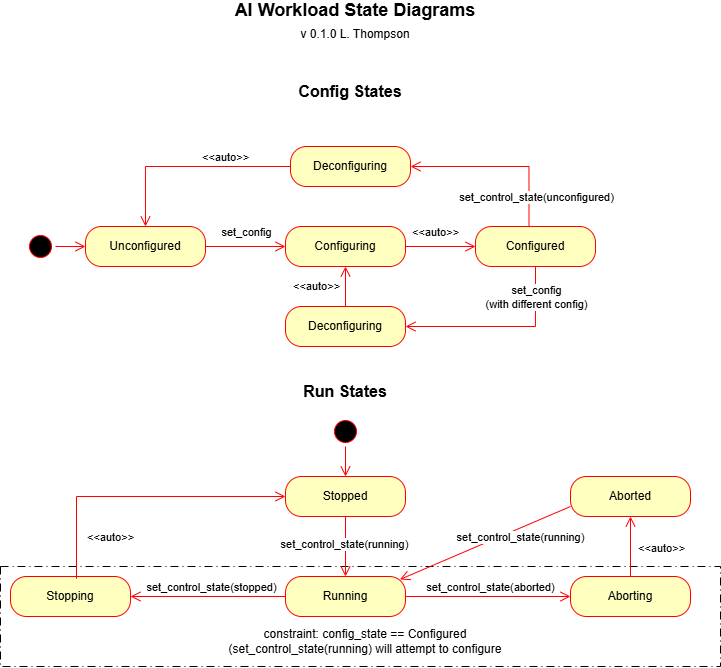
Earlier version of the draw.io export images/AI_Workload_State_Diagrams.drawio.png (open-traffic-generator/aidcb-models). Source tidied: cells renumbered, new cells last; positions are measured from the earlier drawing's top-left corner, leaving out a move shared by most shapes. Its diagram source:
```xml
<mxGraphModel>
  <root>
    <mxCell id="0" />
    <mxCell id="1" parent="0" />
    <mxCell id="2" style="rounded=0;whiteSpace=wrap;html=1;dashed=1;dashPattern=8 4 1 4;labelPosition=center;verticalLabelPosition=bottom;align=center;verticalAlign=top;" parent="1" vertex="1">
      <mxGeometry y="560" width="720" height="100" as="geometry" />
    </mxCell>
    <mxCell id="3" style="ellipse;html=1;shape=startState;fillColor=#000000;strokeColor=#ff0000;" parent="1" vertex="1">
      <mxGeometry x="25" y="225" width="30" height="30" as="geometry" />
    </mxCell>
    <mxCell id="4" style="edgeStyle=orthogonalEdgeStyle;html=1;verticalAlign=bottom;endArrow=open;endSize=8;strokeColor=#ff0000;rounded=0;entryX=0;entryY=0.5;entryDx=0;entryDy=0;" parent="1" edge="1" source="3" target="5">
      <mxGeometry relative="1" as="geometry" />
    </mxCell>
    <mxCell id="5" value="Unconfigured" style="rounded=1;whiteSpace=wrap;html=1;arcSize=40;fontColor=#000000;fillColor=#ffffc0;strokeColor=#ff0000;" parent="1" vertex="1">
      <mxGeometry x="85" y="220" width="120" height="40" as="geometry" />
    </mxCell>
    <mxCell id="6" style="edgeStyle=orthogonalEdgeStyle;html=1;verticalAlign=bottom;endArrow=open;endSize=8;strokeColor=#ff0000;rounded=0;exitX=1;exitY=0.5;exitDx=0;exitDy=0;entryX=0;entryY=0.5;entryDx=0;entryDy=0;" parent="1" edge="1" source="5" target="8">
      <mxGeometry relative="1" as="geometry" />
    </mxCell>
    <mxCell id="7" value="set_config" style="edgeLabel;html=1;align=center;verticalAlign=middle;" parent="6" vertex="1">
      <mxGeometry x="-0.12" y="2" relative="1" as="geometry">
        <mxPoint x="5" y="-13" as="offset" />
      </mxGeometry>
    </mxCell>
    <mxCell id="8" value="Configuring" style="rounded=1;whiteSpace=wrap;html=1;arcSize=40;fontColor=#000000;fillColor=#ffffc0;strokeColor=#ff0000;" parent="1" vertex="1">
      <mxGeometry x="285" y="220" width="120" height="40" as="geometry" />
    </mxCell>
    <mxCell id="9" value="Configured" style="rounded=1;whiteSpace=wrap;html=1;arcSize=40;fontColor=#000000;fillColor=#ffffc0;strokeColor=#ff0000;" parent="1" vertex="1">
      <mxGeometry x="475" y="220" width="120" height="40" as="geometry" />
    </mxCell>
    <mxCell id="10" style="edgeStyle=orthogonalEdgeStyle;html=1;verticalAlign=bottom;endArrow=open;endSize=8;strokeColor=#ff0000;rounded=0;entryX=0;entryY=0.5;entryDx=0;entryDy=0;exitX=1;exitY=0.5;exitDx=0;exitDy=0;" parent="1" edge="1" source="8" target="9">
      <mxGeometry relative="1" as="geometry" />
    </mxCell>
    <mxCell id="11" value="&amp;lt;&amp;lt;auto&amp;gt;&amp;gt;" style="edgeLabel;html=1;align=center;verticalAlign=middle;" parent="10" vertex="1">
      <mxGeometry x="-0.31" y="3" relative="1" as="geometry">
        <mxPoint x="6" y="-12" as="offset" />
      </mxGeometry>
    </mxCell>
    <mxCell id="12" value="AI Workload State Diagrams&lt;br&gt;&lt;span style=&quot;font-weight: normal;&quot;&gt;&lt;font style=&quot;font-size: 12px;&quot;&gt;v 0.1.0 L. Thompson&lt;/font&gt;&lt;/span&gt;" style="text;html=1;whiteSpace=wrap;strokeColor=none;fillColor=none;align=center;verticalAlign=middle;rounded=0;fontStyle=1;fontSize=18;" parent="1" vertex="1">
      <mxGeometry x="190" width="330" height="30" as="geometry" />
    </mxCell>
    <mxCell id="13" value="Config States" style="text;html=1;whiteSpace=wrap;strokeColor=none;fillColor=none;align=center;verticalAlign=middle;rounded=0;fontStyle=1;fontSize=16;" parent="1" vertex="1">
      <mxGeometry x="285" y="70" width="130" height="30" as="geometry" />
    </mxCell>
    <mxCell id="14" value="Run States" style="text;html=1;whiteSpace=wrap;strokeColor=none;fillColor=none;align=center;verticalAlign=middle;rounded=0;fontStyle=1;fontSize=16;" parent="1" vertex="1">
      <mxGeometry x="280" y="370" width="130" height="30" as="geometry" />
    </mxCell>
    <mxCell id="15" style="ellipse;html=1;shape=startState;fillColor=#000000;strokeColor=#ff0000;" parent="1" vertex="1">
      <mxGeometry x="330" y="410" width="30" height="30" as="geometry" />
    </mxCell>
    <mxCell id="16" style="edgeStyle=orthogonalEdgeStyle;html=1;verticalAlign=bottom;endArrow=open;endSize=8;strokeColor=#ff0000;rounded=0;entryX=0.5;entryY=0;entryDx=0;entryDy=0;exitX=0.5;exitY=1;exitDx=0;exitDy=0;" parent="1" edge="1" source="15" target="17">
      <mxGeometry relative="1" as="geometry" />
    </mxCell>
    <mxCell id="17" value="Stopped" style="rounded=1;whiteSpace=wrap;html=1;arcSize=40;fontColor=#000000;fillColor=#ffffc0;strokeColor=#ff0000;" parent="1" vertex="1">
      <mxGeometry x="285" y="470" width="120" height="40" as="geometry" />
    </mxCell>
    <mxCell id="18" style="edgeStyle=orthogonalEdgeStyle;html=1;verticalAlign=bottom;endArrow=open;endSize=8;strokeColor=#ff0000;rounded=0;exitX=0.5;exitY=1;exitDx=0;exitDy=0;entryX=0.5;entryY=0;entryDx=0;entryDy=0;" parent="1" edge="1" source="17" target="19">
      <mxGeometry relative="1" as="geometry" />
    </mxCell>
    <mxCell id="19" value="Running" style="rounded=1;whiteSpace=wrap;html=1;arcSize=40;fontColor=#000000;fillColor=#ffffc0;strokeColor=#ff0000;" parent="1" vertex="1">
      <mxGeometry x="285" y="570" width="120" height="40" as="geometry" />
    </mxCell>
    <mxCell id="20" value="Aborting" style="rounded=1;whiteSpace=wrap;html=1;arcSize=40;fontColor=#000000;fillColor=#ffffc0;strokeColor=#ff0000;" parent="1" vertex="1">
      <mxGeometry x="570" y="570" width="120" height="40" as="geometry" />
    </mxCell>
    <mxCell id="21" style="edgeStyle=orthogonalEdgeStyle;html=1;verticalAlign=bottom;endArrow=open;endSize=8;strokeColor=#ff0000;rounded=0;entryX=0;entryY=0.5;entryDx=0;entryDy=0;exitX=1;exitY=0.5;exitDx=0;exitDy=0;" parent="1" edge="1" source="19" target="20">
      <mxGeometry relative="1" as="geometry" />
    </mxCell>
    <mxCell id="22" value="set_control_state(aborted)" style="edgeLabel;html=1;align=center;verticalAlign=middle;" parent="21" vertex="1">
      <mxGeometry x="-0.31" y="3" relative="1" as="geometry">
        <mxPoint x="28" y="-7" as="offset" />
      </mxGeometry>
    </mxCell>
    <mxCell id="23" value="set_control_state(running)" style="edgeLabel;html=1;align=center;verticalAlign=middle;" parent="1" vertex="1">
      <mxGeometry x="370" y="610" as="geometry">
        <mxPoint x="-27" y="-73" as="offset" />
      </mxGeometry>
    </mxCell>
    <mxCell id="24" style="edgeStyle=orthogonalEdgeStyle;html=1;verticalAlign=bottom;endArrow=open;endSize=8;strokeColor=#ff0000;rounded=0;exitX=0.5;exitY=0;exitDx=0;exitDy=0;entryX=0.5;entryY=1;entryDx=0;entryDy=0;" parent="1" edge="1" source="20" target="31">
      <mxGeometry relative="1" as="geometry" />
    </mxCell>
    <mxCell id="25" value="&amp;lt;&amp;lt;auto&amp;gt;&amp;gt;" style="edgeLabel;html=1;align=center;verticalAlign=middle;" parent="24" vertex="1">
      <mxGeometry x="-0.31" y="3" relative="1" as="geometry">
        <mxPoint x="33" y="-9" as="offset" />
      </mxGeometry>
    </mxCell>
    <mxCell id="26" value="Stopping" style="rounded=1;whiteSpace=wrap;html=1;arcSize=40;fontColor=#000000;fillColor=#ffffc0;strokeColor=#ff0000;" parent="1" vertex="1">
      <mxGeometry x="10" y="570" width="120" height="40" as="geometry" />
    </mxCell>
    <mxCell id="27" style="edgeStyle=orthogonalEdgeStyle;html=1;verticalAlign=bottom;endArrow=open;endSize=8;strokeColor=#ff0000;rounded=0;entryX=1;entryY=0.5;entryDx=0;entryDy=0;exitX=0;exitY=0.5;exitDx=0;exitDy=0;" parent="1" edge="1" source="19" target="26">
      <mxGeometry relative="1" as="geometry" />
    </mxCell>
    <mxCell id="28" value="set_control_state(stopped)" style="edgeLabel;html=1;align=center;verticalAlign=middle;" parent="27" vertex="1">
      <mxGeometry x="-0.31" y="3" relative="1" as="geometry">
        <mxPoint x="-22" y="-13" as="offset" />
      </mxGeometry>
    </mxCell>
    <mxCell id="29" style="edgeStyle=orthogonalEdgeStyle;html=1;verticalAlign=bottom;endArrow=open;endSize=8;strokeColor=#ff0000;rounded=0;entryX=0;entryY=0.5;entryDx=0;entryDy=0;exitX=0.55;exitY=0.054;exitDx=0;exitDy=0;exitPerimeter=0;" parent="1" edge="1" source="26" target="17">
      <mxGeometry relative="1" as="geometry">
        <Array as="points">
          <mxPoint x="76" y="490" />
        </Array>
      </mxGeometry>
    </mxCell>
    <mxCell id="30" value="&amp;lt;&amp;lt;auto&amp;gt;&amp;gt;" style="edgeLabel;html=1;align=center;verticalAlign=middle;" parent="29" vertex="1">
      <mxGeometry x="-0.31" y="3" relative="1" as="geometry">
        <mxPoint x="16" y="43" as="offset" />
      </mxGeometry>
    </mxCell>
    <mxCell id="31" value="Aborted" style="rounded=1;whiteSpace=wrap;html=1;arcSize=40;fontColor=#000000;fillColor=#ffffc0;strokeColor=#ff0000;" parent="1" vertex="1">
      <mxGeometry x="570" y="470" width="120" height="40" as="geometry" />
    </mxCell>
    <mxCell id="32" value="&lt;span style=&quot;color: rgb(0, 0, 0); font-family: Helvetica; font-size: 11px; font-style: normal; font-variant-ligatures: normal; font-variant-caps: normal; font-weight: 400; letter-spacing: normal; orphans: 2; text-align: center; text-indent: 0px; text-transform: none; widows: 2; word-spacing: 0px; -webkit-text-stroke-width: 0px; white-space: nowrap; background-color: rgb(255, 255, 255); text-decoration-thickness: initial; text-decoration-style: initial; text-decoration-color: initial; display: inline !important; float: none;&quot;&gt;set_control_state(running)&lt;/span&gt;" style="html=1;verticalAlign=bottom;endArrow=open;endSize=8;strokeColor=#ff0000;rounded=0;exitX=0;exitY=0.75;exitDx=0;exitDy=0;entryX=0.953;entryY=0.075;entryDx=0;entryDy=0;entryPerimeter=0;" parent="1" edge="1" source="31" target="19">
      <mxGeometry x="-0.34" y="17" relative="1" as="geometry" />
    </mxCell>
    <mxCell id="33" value="constraint: config_state == Configured&lt;div&gt;(set_control_state(running) will attempt to configure&lt;/div&gt;" style="text;html=1;whiteSpace=wrap;strokeColor=none;fillColor=none;align=center;verticalAlign=middle;rounded=0;" parent="1" vertex="1">
      <mxGeometry x="225" y="620" width="280" height="30" as="geometry" />
    </mxCell>
    <mxCell id="34" value="Deconfiguring" style="rounded=1;whiteSpace=wrap;html=1;arcSize=40;fontColor=#000000;fillColor=#ffffc0;strokeColor=#ff0000;" parent="1" vertex="1">
      <mxGeometry x="285" y="300" width="120" height="40" as="geometry" />
    </mxCell>
    <mxCell id="35" style="edgeStyle=orthogonalEdgeStyle;html=1;verticalAlign=bottom;endArrow=open;endSize=8;strokeColor=#ff0000;rounded=0;entryX=1;entryY=0.5;entryDx=0;entryDy=0;" parent="1" edge="1" target="34">
      <mxGeometry relative="1" as="geometry">
        <mxPoint x="535" y="260" as="sourcePoint" />
        <Array as="points">
          <mxPoint x="535" y="320" />
        </Array>
      </mxGeometry>
    </mxCell>
    <mxCell id="36" value="set_config&lt;br&gt;(with different config)" style="edgeLabel;html=1;align=center;verticalAlign=middle;" parent="35" vertex="1">
      <mxGeometry x="-0.31" y="3" relative="1" as="geometry">
        <mxPoint x="5" y="-33" as="offset" />
      </mxGeometry>
    </mxCell>
    <mxCell id="37" style="edgeStyle=orthogonalEdgeStyle;html=1;verticalAlign=bottom;endArrow=open;endSize=8;strokeColor=#ff0000;rounded=0;entryX=0.5;entryY=1;entryDx=0;entryDy=0;exitX=0.5;exitY=0;exitDx=0;exitDy=0;" parent="1" edge="1" source="34" target="8">
      <mxGeometry relative="1" as="geometry" />
    </mxCell>
    <mxCell id="38" value="&amp;lt;&amp;lt;auto&amp;gt;&amp;gt;" style="edgeLabel;html=1;align=center;verticalAlign=middle;" parent="37" vertex="1">
      <mxGeometry x="-0.31" y="3" relative="1" as="geometry">
        <mxPoint x="-27" y="-6" as="offset" />
      </mxGeometry>
    </mxCell>
    <mxCell id="39" value="Deconfiguring" style="rounded=1;whiteSpace=wrap;html=1;arcSize=40;fontColor=#000000;fillColor=#ffffc0;strokeColor=#ff0000;" parent="1" vertex="1">
      <mxGeometry x="290" y="140" width="120" height="40" as="geometry" />
    </mxCell>
    <mxCell id="40" style="edgeStyle=orthogonalEdgeStyle;html=1;verticalAlign=bottom;endArrow=open;endSize=8;strokeColor=#ff0000;rounded=0;entryX=1;entryY=0.5;entryDx=0;entryDy=0;exitX=0.446;exitY=0.013;exitDx=0;exitDy=0;exitPerimeter=0;" parent="1" edge="1" source="9" target="39">
      <mxGeometry relative="1" as="geometry" />
    </mxCell>
    <mxCell id="41" value="set_control_state(unconfigured)" style="edgeLabel;html=1;align=center;verticalAlign=middle;" parent="40" vertex="1">
      <mxGeometry x="-0.31" y="3" relative="1" as="geometry">
        <mxPoint x="8" y="27" as="offset" />
      </mxGeometry>
    </mxCell>
    <mxCell id="42" value="&amp;lt;&amp;lt;auto&amp;gt;&amp;gt;" style="edgeStyle=orthogonalEdgeStyle;html=1;verticalAlign=bottom;endArrow=open;endSize=8;strokeColor=#ff0000;rounded=0;entryX=0.5;entryY=0;entryDx=0;entryDy=0;exitX=0;exitY=0.5;exitDx=0;exitDy=0;" parent="1" edge="1" source="39" target="5">
      <mxGeometry x="-0.37" relative="1" as="geometry" />
    </mxCell>
  </root>
</mxGraphModel>
```
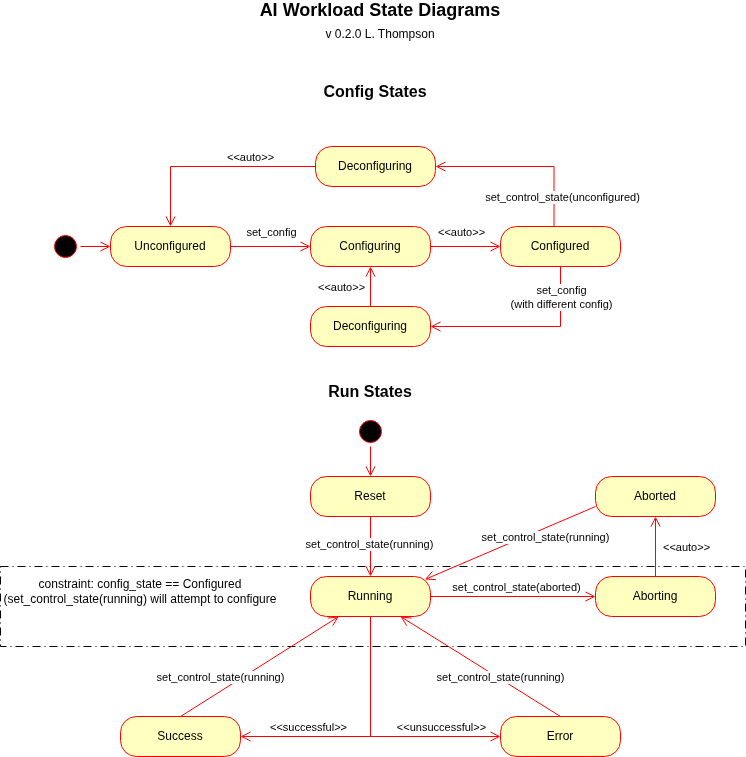
After the commit.

Change to the diagram source:
```diff
@@ -3,7 +3,7 @@
     <mxCell id="0" />
     <mxCell id="1" parent="0" />
     <mxCell id="2" style="rounded=0;whiteSpace=wrap;html=1;dashed=1;dashPattern=8 4 1 4;labelPosition=center;verticalLabelPosition=bottom;align=center;verticalAlign=top;" parent="1" vertex="1">
-      <mxGeometry y="560" width="720" height="100" as="geometry" />
+      <mxGeometry x="-25" y="560" width="745" height="80" as="geometry" />
     </mxCell>
     <mxCell id="3" style="ellipse;html=1;shape=startState;fillColor=#000000;strokeColor=#ff0000;" parent="1" vertex="1">
       <mxGeometry x="25" y="225" width="30" height="30" as="geometry" />
@@ -36,7 +36,7 @@
         <mxPoint x="6" y="-12" as="offset" />
       </mxGeometry>
     </mxCell>
-    <mxCell id="12" value="AI Workload State Diagrams&lt;br&gt;&lt;span style=&quot;font-weight: normal;&quot;&gt;&lt;font style=&quot;font-size: 12px;&quot;&gt;v 0.1.0 L. Thompson&lt;/font&gt;&lt;/span&gt;" style="text;html=1;whiteSpace=wrap;strokeColor=none;fillColor=none;align=center;verticalAlign=middle;rounded=0;fontStyle=1;fontSize=18;" parent="1" vertex="1">
+    <mxCell id="12" value="AI Workload State Diagrams&lt;br&gt;&lt;span style=&quot;font-weight: normal;&quot;&gt;&lt;font style=&quot;font-size: 12px;&quot;&gt;v 0.2.0 L. Thompson&lt;/font&gt;&lt;/span&gt;" style="text;html=1;whiteSpace=wrap;strokeColor=none;fillColor=none;align=center;verticalAlign=middle;rounded=0;fontStyle=1;fontSize=18;" parent="1" vertex="1">
       <mxGeometry x="190" width="330" height="30" as="geometry" />
     </mxCell>
     <mxCell id="13" value="Config States" style="text;html=1;whiteSpace=wrap;strokeColor=none;fillColor=none;align=center;verticalAlign=middle;rounded=0;fontStyle=1;fontSize=16;" parent="1" vertex="1">
@@ -51,7 +51,7 @@
     <mxCell id="16" style="edgeStyle=orthogonalEdgeStyle;html=1;verticalAlign=bottom;endArrow=open;endSize=8;strokeColor=#ff0000;rounded=0;entryX=0.5;entryY=0;entryDx=0;entryDy=0;exitX=0.5;exitY=1;exitDx=0;exitDy=0;" parent="1" edge="1" source="15" target="17">
       <mxGeometry relative="1" as="geometry" />
     </mxCell>
-    <mxCell id="17" value="Stopped" style="rounded=1;whiteSpace=wrap;html=1;arcSize=40;fontColor=#000000;fillColor=#ffffc0;strokeColor=#ff0000;" parent="1" vertex="1">
+    <mxCell id="17" value="Reset" style="rounded=1;whiteSpace=wrap;html=1;arcSize=40;fontColor=#000000;fillColor=#ffffc0;strokeColor=#ff0000;" parent="1" vertex="1">
       <mxGeometry x="285" y="470" width="120" height="40" as="geometry" />
     </mxCell>
     <mxCell id="18" style="edgeStyle=orthogonalEdgeStyle;html=1;verticalAlign=bottom;endArrow=open;endSize=8;strokeColor=#ff0000;rounded=0;exitX=0.5;exitY=1;exitDx=0;exitDy=0;entryX=0.5;entryY=0;entryDx=0;entryDy=0;" parent="1" edge="1" source="17" target="19">
@@ -84,29 +84,6 @@
         <mxPoint x="33" y="-9" as="offset" />
       </mxGeometry>
     </mxCell>
-    <mxCell id="26" value="Stopping" style="rounded=1;whiteSpace=wrap;html=1;arcSize=40;fontColor=#000000;fillColor=#ffffc0;strokeColor=#ff0000;" parent="1" vertex="1">
-      <mxGeometry x="10" y="570" width="120" height="40" as="geometry" />
-    </mxCell>
-    <mxCell id="27" style="edgeStyle=orthogonalEdgeStyle;html=1;verticalAlign=bottom;endArrow=open;endSize=8;strokeColor=#ff0000;rounded=0;entryX=1;entryY=0.5;entryDx=0;entryDy=0;exitX=0;exitY=0.5;exitDx=0;exitDy=0;" parent="1" edge="1" source="19" target="26">
-      <mxGeometry relative="1" as="geometry" />
-    </mxCell>
-    <mxCell id="28" value="set_control_state(stopped)" style="edgeLabel;html=1;align=center;verticalAlign=middle;" parent="27" vertex="1">
-      <mxGeometry x="-0.31" y="3" relative="1" as="geometry">
-        <mxPoint x="-22" y="-13" as="offset" />
-      </mxGeometry>
-    </mxCell>
-    <mxCell id="29" style="edgeStyle=orthogonalEdgeStyle;html=1;verticalAlign=bottom;endArrow=open;endSize=8;strokeColor=#ff0000;rounded=0;entryX=0;entryY=0.5;entryDx=0;entryDy=0;exitX=0.55;exitY=0.054;exitDx=0;exitDy=0;exitPerimeter=0;" parent="1" edge="1" source="26" target="17">
-      <mxGeometry relative="1" as="geometry">
-        <Array as="points">
-          <mxPoint x="76" y="490" />
-        </Array>
-      </mxGeometry>
-    </mxCell>
-    <mxCell id="30" value="&amp;lt;&amp;lt;auto&amp;gt;&amp;gt;" style="edgeLabel;html=1;align=center;verticalAlign=middle;" parent="29" vertex="1">
-      <mxGeometry x="-0.31" y="3" relative="1" as="geometry">
-        <mxPoint x="16" y="43" as="offset" />
-      </mxGeometry>
-    </mxCell>
     <mxCell id="31" value="Aborted" style="rounded=1;whiteSpace=wrap;html=1;arcSize=40;fontColor=#000000;fillColor=#ffffc0;strokeColor=#ff0000;" parent="1" vertex="1">
       <mxGeometry x="570" y="470" width="120" height="40" as="geometry" />
     </mxCell>
@@ -114,7 +91,7 @@
       <mxGeometry x="-0.34" y="17" relative="1" as="geometry" />
     </mxCell>
     <mxCell id="33" value="constraint: config_state == Configured&lt;div&gt;(set_control_state(running) will attempt to configure&lt;/div&gt;" style="text;html=1;whiteSpace=wrap;strokeColor=none;fillColor=none;align=center;verticalAlign=middle;rounded=0;" parent="1" vertex="1">
-      <mxGeometry x="225" y="620" width="280" height="30" as="geometry" />
+      <mxGeometry x="-25" y="570" width="280" height="30" as="geometry" />
     </mxCell>
     <mxCell id="34" value="Deconfiguring" style="rounded=1;whiteSpace=wrap;html=1;arcSize=40;fontColor=#000000;fillColor=#ffffc0;strokeColor=#ff0000;" parent="1" vertex="1">
       <mxGeometry x="285" y="300" width="120" height="40" as="geometry" />
@@ -154,5 +131,35 @@
     <mxCell id="42" value="&amp;lt;&amp;lt;auto&amp;gt;&amp;gt;" style="edgeStyle=orthogonalEdgeStyle;html=1;verticalAlign=bottom;endArrow=open;endSize=8;strokeColor=#ff0000;rounded=0;entryX=0.5;entryY=0;entryDx=0;entryDy=0;exitX=0;exitY=0.5;exitDx=0;exitDy=0;" parent="1" edge="1" source="39" target="5">
       <mxGeometry x="-0.37" relative="1" as="geometry" />
     </mxCell>
+    <mxCell id="43" value="Error" style="rounded=1;whiteSpace=wrap;html=1;arcSize=40;fontColor=#000000;fillColor=#ffffc0;strokeColor=#ff0000;" parent="1" vertex="1">
+      <mxGeometry x="475" y="710" width="120" height="40" as="geometry" />
+    </mxCell>
+    <mxCell id="44" value="Success" style="rounded=1;whiteSpace=wrap;html=1;arcSize=40;fontColor=#000000;fillColor=#ffffc0;strokeColor=#ff0000;" parent="1" vertex="1">
+      <mxGeometry x="95" y="710" width="120" height="40" as="geometry" />
+    </mxCell>
+    <mxCell id="45" style="edgeStyle=orthogonalEdgeStyle;html=1;verticalAlign=bottom;endArrow=open;endSize=8;strokeColor=#ff0000;rounded=0;exitX=0.5;exitY=1;exitDx=0;exitDy=0;entryX=1;entryY=0.5;entryDx=0;entryDy=0;" parent="1" edge="1" source="19" target="44">
+      <mxGeometry relative="1" as="geometry" />
+    </mxCell>
+    <mxCell id="46" value="&amp;lt;&amp;lt;successful&amp;gt;&amp;gt;" style="edgeLabel;html=1;align=center;verticalAlign=middle;" parent="45" vertex="1">
+      <mxGeometry x="0.56" y="1" relative="1" as="geometry">
+        <mxPoint x="12" y="-11" as="offset" />
+      </mxGeometry>
+    </mxCell>
+    <mxCell id="47" style="edgeStyle=orthogonalEdgeStyle;html=1;verticalAlign=bottom;endArrow=open;endSize=8;strokeColor=#ff0000;rounded=0;exitX=0.5;exitY=1;exitDx=0;exitDy=0;entryX=0;entryY=0.5;entryDx=0;entryDy=0;" parent="1" edge="1" source="19" target="43">
+      <mxGeometry relative="1" as="geometry" />
+    </mxCell>
+    <mxCell id="48" value="&amp;lt;&amp;lt;unsuccessful&amp;gt;&amp;gt;" style="edgeLabel;html=1;align=center;verticalAlign=middle;" parent="47" vertex="1">
+      <mxGeometry x="0.34" y="1" relative="1" as="geometry">
+        <mxPoint x="23" y="-9" as="offset" />
+      </mxGeometry>
+    </mxCell>
+    <mxCell id="49" value="&lt;span style=&quot;color: rgb(0, 0, 0); font-family: Helvetica; font-size: 11px; font-style: normal; font-variant-ligatures: normal; font-variant-caps: normal; font-weight: 400; letter-spacing: normal; orphans: 2; text-align: center; text-indent: 0px; text-transform: none; widows: 2; word-spacing: 0px; -webkit-text-stroke-width: 0px; white-space: nowrap; background-color: rgb(255, 255, 255); text-decoration-thickness: initial; text-decoration-style: initial; text-decoration-color: initial; display: inline !important; float: none;&quot;&gt;set_control_state(running)&lt;/span&gt;" style="html=1;verticalAlign=bottom;endArrow=open;endSize=8;strokeColor=#ff0000;rounded=0;exitX=0.5;exitY=0;exitDx=0;exitDy=0;" parent="1" edge="1" source="44" target="19">
+      <mxGeometry x="-0.47" y="4" relative="1" as="geometry" />
+    </mxCell>
+    <mxCell id="50" value="&lt;span style=&quot;color: rgb(0, 0, 0); font-family: Helvetica; font-size: 11px; font-style: normal; font-variant-ligatures: normal; font-variant-caps: normal; font-weight: 400; letter-spacing: normal; orphans: 2; text-align: center; text-indent: 0px; text-transform: none; widows: 2; word-spacing: 0px; -webkit-text-stroke-width: 0px; white-space: nowrap; background-color: rgb(255, 255, 255); text-decoration-thickness: initial; text-decoration-style: initial; text-decoration-color: initial; display: inline !important; float: none;&quot;&gt;set_control_state(running)&lt;/span&gt;" style="html=1;verticalAlign=bottom;endArrow=open;endSize=8;strokeColor=#ff0000;rounded=0;exitX=0.5;exitY=0;exitDx=0;exitDy=0;" parent="1" edge="1" source="43">
+      <mxGeometry x="-0.29" y="6" relative="1" as="geometry">
+        <mxPoint x="375" y="610" as="targetPoint" />
+      </mxGeometry>
+    </mxCell>
   </root>
 </mxGraphModel>
```
